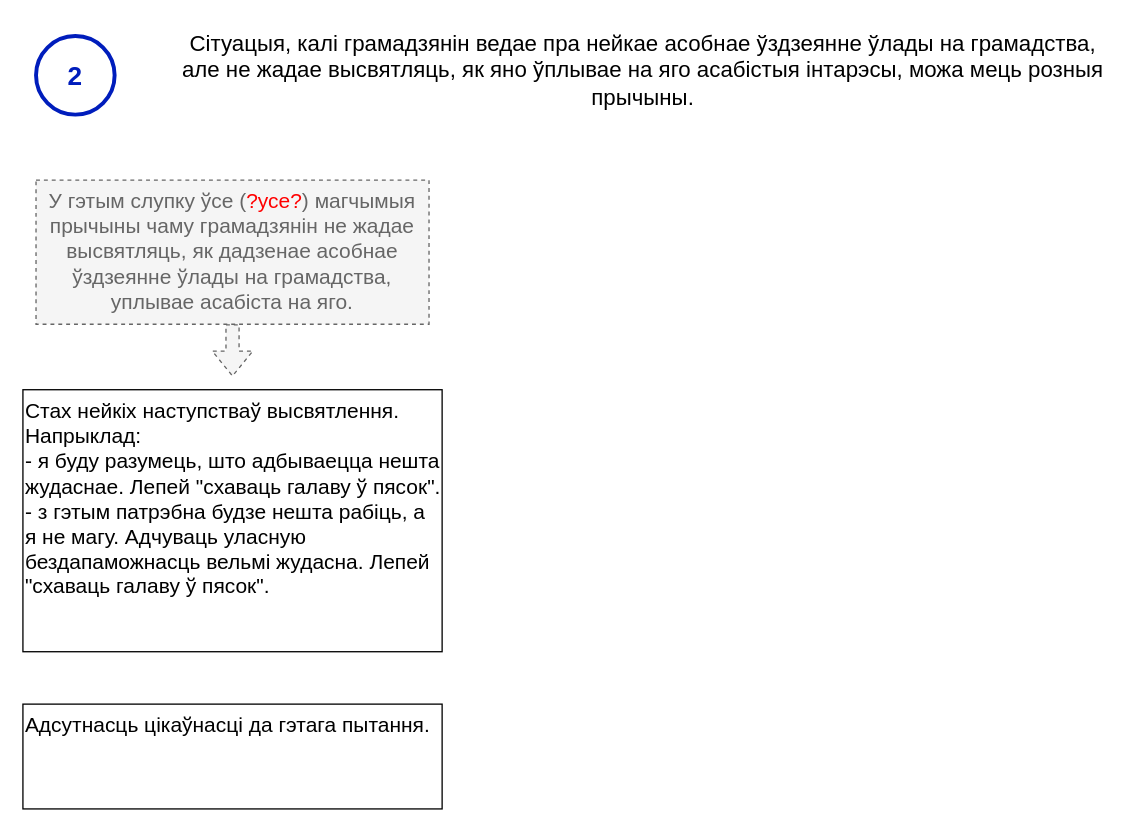
Above: page "нататка-2" (3 of 3) of current-reality-tree/Дрэва цяперашняй рэальнасці.drawio in mshurkaeu-public/i-care.by (draw.io), before the change. Source tidied: cells renumbered, new cells numbered last; positions are measured from the earlier drawing's top-left corner, leaving out a move shared by most shapes. Both pictures are drawn from the tidied source at 131%, with x=0, y=0 at pixel (22, 22).
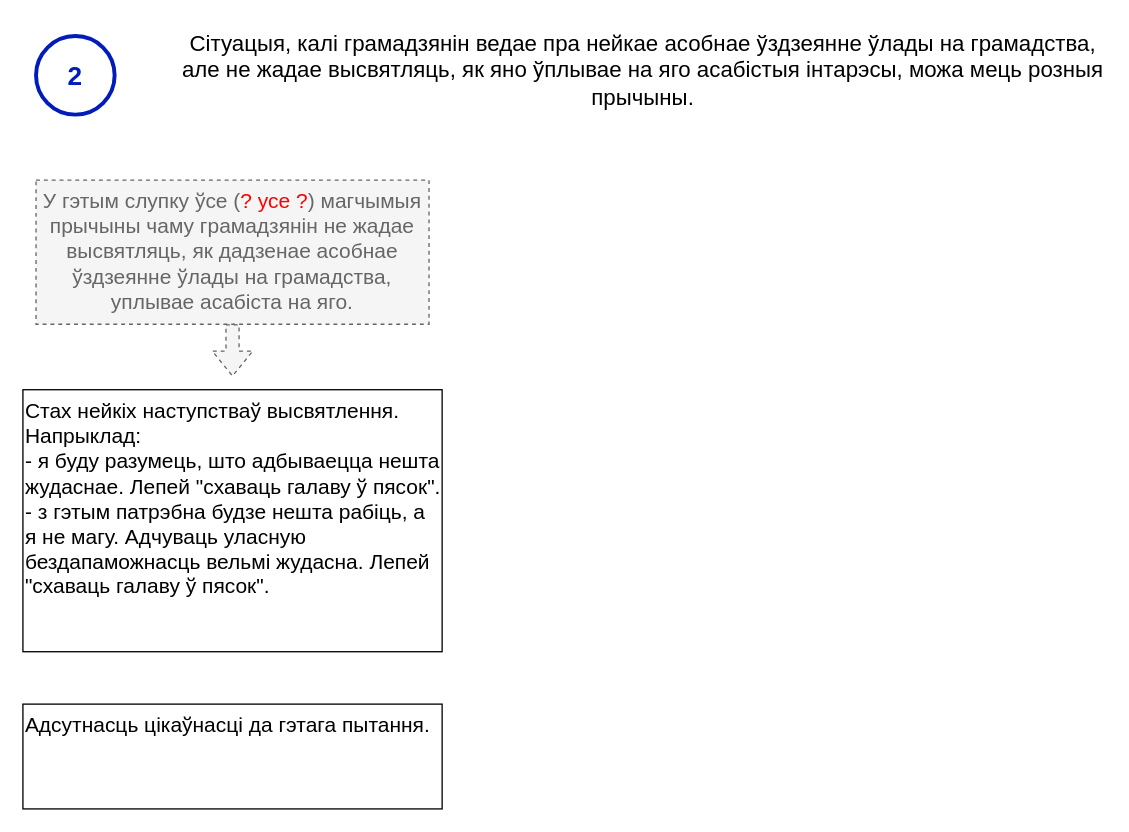
Above is the later version.

Commit message:
The 60 version of the current reality tree

What changed in the source:
```diff
@@
 <mxGraphModel>
   <root>
     <mxCell id="0" />
     <mxCell id="1" parent="0" />
     <mxCell id="2" value="Сітуацыя, калі грамадзянін ведае пра нейкае асобнае ўздзеянне ўлады на грамадства, але не жадае высвятляць, як яно ўплывае на яго асабістыя інтарэсы, можа мець розныя прычыны." style="text;html=1;strokeColor=none;fillColor=none;align=center;verticalAlign=top;whiteSpace=wrap;rounded=0;fontSize=17;" parent="1" vertex="1">
       <mxGeometry x="120" width="707" height="80" as="geometry" />
     </mxCell>
     <mxCell id="3" style="verticalLabelPosition=bottom;verticalAlign=top;html=1;shape=mxgraph.flowchart.on-page_reference;strokeWidth=3;fillColor=none;fontColor=#ffffff;strokeColor=#001DBC;comic=0;" parent="1" vertex="1">
       <mxGeometry x="10" y="10" width="60" height="60" as="geometry" />
     </mxCell>
     <mxCell id="4" value="2" style="text;html=1;strokeColor=none;fillColor=none;align=center;verticalAlign=middle;whiteSpace=wrap;rounded=0;fontColor=#001DBC;fontSize=20;fontStyle=1;" parent="1" vertex="1">
       <mxGeometry x="10" y="25" width="60" height="30" as="geometry" />
     </mxCell>
-    <mxCell id="5" value="У гэтым слупку ўсе (&lt;font color=&quot;#ff0000&quot;&gt;?усе?&lt;/font&gt;) магчымыя прычыны чаму грамадзянін не жадае высвятляць, як дадзенае асобнае ўздзеянне ўлады на грамадства, уплывае асабіста на яго." style="text;html=1;strokeColor=#666666;fillColor=#f5f5f5;align=center;verticalAlign=top;whiteSpace=wrap;rounded=0;fontSize=16;fontColor=#666666;dashed=1;rotation=0;" parent="1" vertex="1">
+    <mxCell id="5" value="У гэтым слупку ўсе (&lt;font color=&quot;#ff0000&quot;&gt;? усе ?&lt;/font&gt;) магчымыя прычыны чаму грамадзянін не жадае высвятляць, як дадзенае асобнае ўздзеянне ўлады на грамадства, уплывае асабіста на яго." style="text;html=1;strokeColor=#666666;fillColor=#f5f5f5;align=center;verticalAlign=top;whiteSpace=wrap;rounded=0;fontSize=16;fontColor=#666666;dashed=1;rotation=0;" parent="1" vertex="1">
       <mxGeometry x="10" y="120" width="300" height="110" as="geometry" />
     </mxCell>
     <mxCell id="6" style="shape=flexArrow;endArrow=classic;html=1;rounded=0;exitX=0.5;exitY=1;exitDx=0;exitDy=0;fillColor=#f5f5f5;strokeColor=#666666;dashed=1;" parent="1" edge="1" source="5">
       <mxGeometry relative="1" as="geometry">
         <mxPoint x="160" y="270" as="targetPoint" />
       </mxGeometry>
     </mxCell>
     <mxCell id="7" value="&lt;div&gt;Стах нейкіх наступстваў высвятлення. Напрыклад:&lt;br&gt;- я буду разумець, што адбываецца нешта жудаснае. Лепей &quot;схаваць галаву ў пясок&quot;.&lt;/div&gt;&lt;div&gt;- з гэтым патрэбна будзе нешта рабіць, а я не магу. Адчуваць уласную бездапаможнасць вельмі жудасна. Лепей &quot;схаваць галаву ў пясок&quot;.&lt;/div&gt;" style="text;html=1;align=left;verticalAlign=top;whiteSpace=wrap;rounded=0;fontSize=16;strokeColor=default;rotation=0;" parent="1" vertex="1">
       <mxGeometry y="280" width="320" height="200" as="geometry" />
     </mxCell>
     <mxCell id="8" value="Адсутнасць цікаўнасці да гэтага пытання." style="text;html=1;align=left;verticalAlign=top;whiteSpace=wrap;rounded=0;fontSize=16;strokeColor=default;rotation=0;" parent="1" vertex="1">
       <mxGeometry y="520" width="320" height="80" as="geometry" />
     </mxCell>
   </root>
 </mxGraphModel>
```
